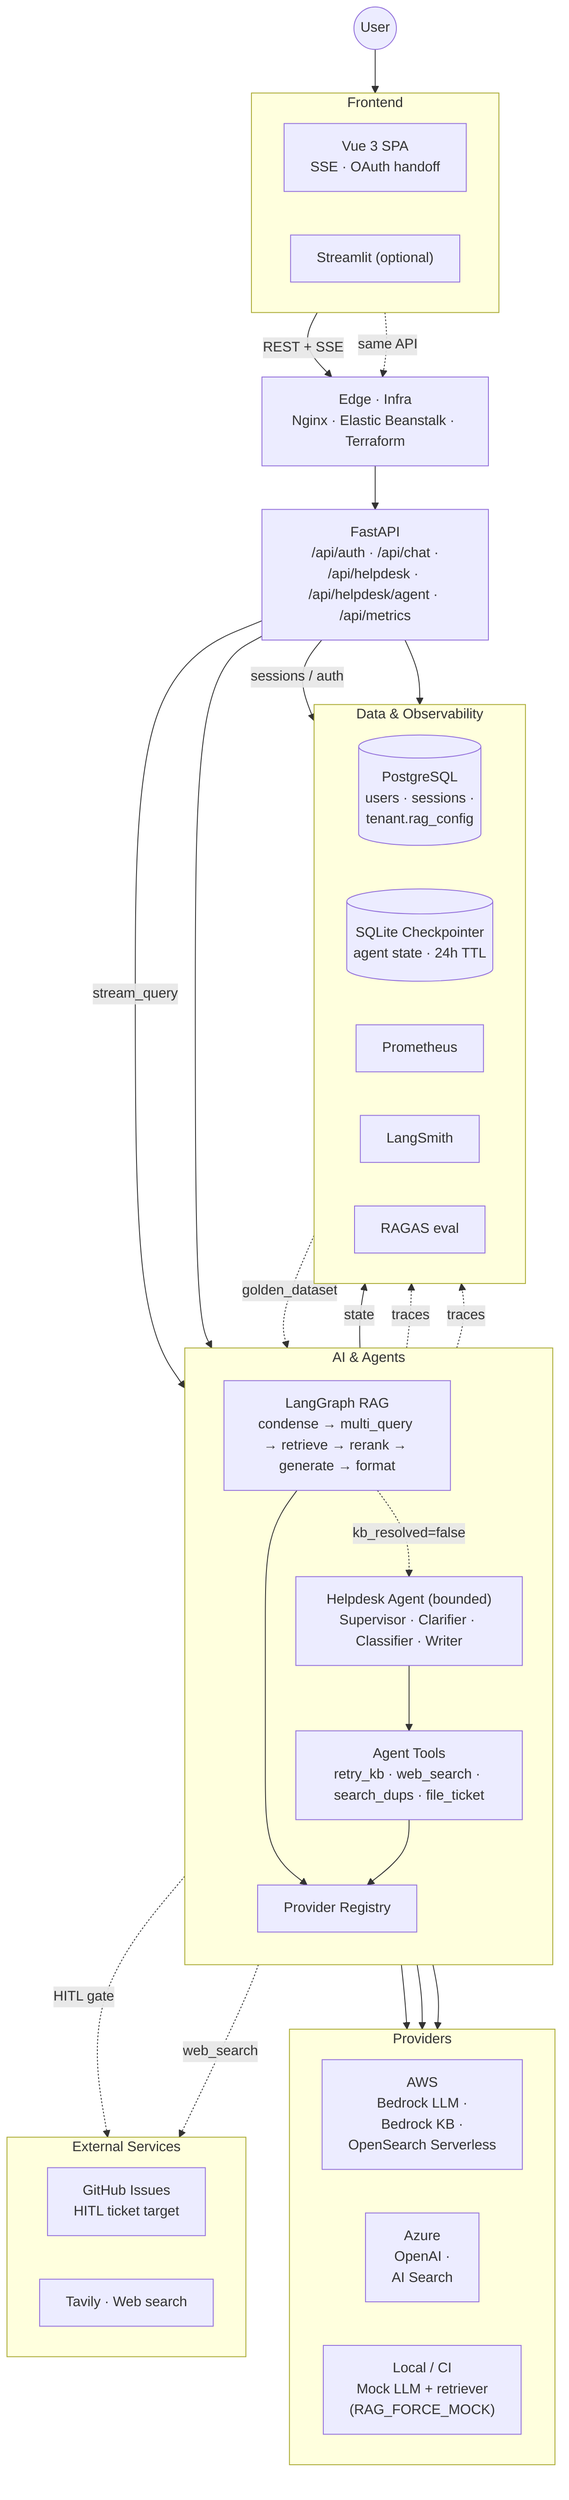
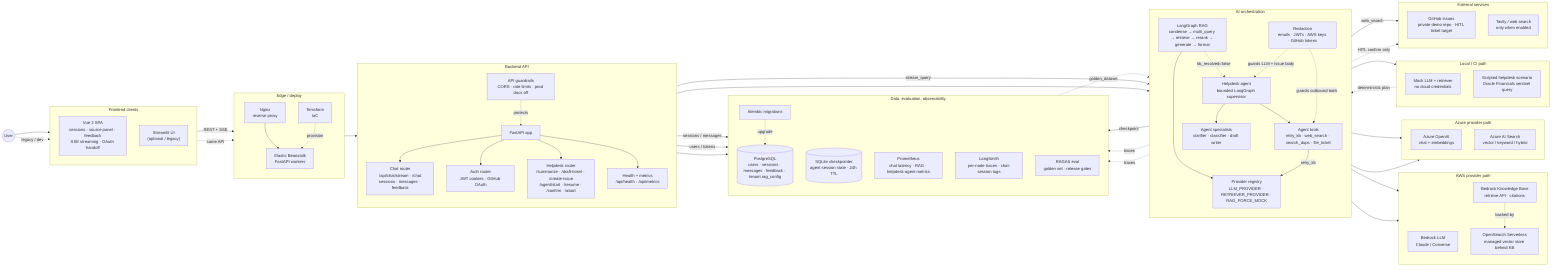
%% Campus RAG Assistant — detailed architecture (v3)
- %% Source of truth for `architecture_detailed_v3`. Render inline via mkdocs
- %% (pymdownx.snippets in a ```mermaid fence) or to PNG via mermaid-cli:
- %%   mmdc -i architecture_detailed_v3.mmd -o architecture_detailed_v3.png
- flowchart TB
+ %% Medium-detail source of truth: enough detail for architecture review without
+ %% the edge-spaghetti of architecture_detailed_v2.
+ flowchart LR
  User((User))

-   subgraph FE ["Frontend"]
-     direction LR
-     Vue["Vue 3 SPA<br/>SSE · OAuth handoff"]
-     Streamlit["Streamlit (optional)"]
+   subgraph FE ["Frontend clients"]
+     direction TB
+     Vue["Vue 3 SPA<br/>sessions · source panel · feedback<br/>SSE streaming · OAuth handoff"]
+     Streamlit["Streamlit UI<br/>(optional / legacy)"]
  end

-   Edge["Edge · Infra<br/>Nginx · Elastic Beanstalk · Terraform"]
+   subgraph Edge ["Edge / deploy"]
+     direction TB
+     Nginx["Nginx<br/>reverse proxy"]
+     EB["Elastic Beanstalk<br/>FastAPI workers"]
+     Terraform["Terraform<br/>IaC"]
+   end

-   API["FastAPI<br/>/api/auth · /api/chat ·<br/>/api/helpdesk · /api/helpdesk/agent · /api/metrics"]
+   subgraph API ["Backend API"]
+     direction TB
+     FastAPI["FastAPI app"]
+     ChatAPI["Chat router<br/>/api/chat/stream · /chat<br/>sessions · messages · feedback"]
+     AuthAPI["Auth router<br/>JWT cookies · GitHub OAuth"]
+     HelpAPI["Helpdesk router<br/>/summarize · /draft-ticket · /create-issue<br/>/agent/start · /resume · /confirm · /abort"]
+     MetricsAPI["Health + metrics<br/>/api/health · /api/metrics"]
+     Guardrails["API guardrails<br/>CORS · rate limits · prod docs off"]
+   end

-   subgraph AI ["AI &amp; Agents"]
+   subgraph AI ["AI orchestration"]
    direction TB
    RAG["LangGraph RAG<br/>condense → multi_query → retrieve → rerank → generate → format"]
-     Help["Helpdesk Agent (bounded)<br/>Supervisor · Clarifier · Classifier · Writer"]
-     Tools["Agent Tools<br/>retry_kb · web_search · search_dups · file_ticket"]
-     Reg["Provider Registry"]
+     Registry["Provider registry<br/>LLM_PROVIDER · RETRIEVER_PROVIDER · RAG_FORCE_MOCK"]
+     Helpdesk["Helpdesk agent<br/>bounded LangGraph supervisor"]
+     Specialists["Agent specialists<br/>clarifier · classifier · draft writer"]
+     Tools["Agent tools<br/>retry_kb · web_search · search_dups · file_ticket"]
+     Redaction["Redaction<br/>emails · JWTs · AWS keys · GitHub tokens"]
  end

-   subgraph Prov ["Providers"]
-     direction LR
-     AWS["AWS<br/>Bedrock LLM ·<br/>Bedrock KB ·<br/>OpenSearch Serverless"]
-     Azure["Azure<br/>OpenAI ·<br/>AI Search"]
-     Mock["Local / CI<br/>Mock LLM + retriever<br/>(RAG_FORCE_MOCK)"]
+   subgraph AWS ["AWS provider path"]
+     direction TB
+     BedrockLLM["Bedrock LLM<br/>Claude / Converse"]
+     BedrockKB["Bedrock Knowledge Base<br/>retrieve API · citations"]
+     OpenSearch["OpenSearch Serverless<br/>managed vector store behind KB"]
  end

-   subgraph Ext ["External Services"]
-     direction LR
-     GH["GitHub Issues<br/>HITL ticket target"]
-     Web["Tavily · Web search"]
+   subgraph Azure ["Azure provider path"]
+     direction TB
+     AzureOpenAI["Azure OpenAI<br/>chat + embeddings"]
+     AzureSearch["Azure AI Search<br/>vector / keyword / hybrid"]
  end

-   subgraph Data ["Data &amp; Observability"]
-     direction LR
-     PG[("PostgreSQL<br/>users · sessions ·<br/>tenant.rag_config")]
-     SQLite[("SQLite Checkpointer<br/>agent state · 24h TTL")]
-     Prom["Prometheus"]
-     LS["LangSmith"]
-     RAGAS["RAGAS eval"]
+   subgraph Mock ["Local / CI path"]
+     direction TB
+     MockProvider["Mock LLM + retriever<br/>no cloud credentials"]
+     MockAgent["Scripted helpdesk scenario<br/>Oracle Financials sentinel query"]
  end

-   %% Top-to-bottom flow: User → Frontend → Edge → API
+   subgraph External ["External services"]
+     direction TB
+     GitHub["GitHub Issues<br/>private demo repo · HITL ticket target"]
+     Tavily["Tavily / web search<br/>only when enabled"]
+   end
+ 
+   subgraph DataObs ["Data, evaluation, observability"]
+     direction TB
+     Postgres[("PostgreSQL<br/>users · sessions · messages · feedback · tenant.rag_config")]
+     SQLite[("SQLite checkpointer<br/>agent session state · 24h TTL")]
+     Prometheus["Prometheus<br/>chat latency · RAG · helpdesk-agent metrics"]
+     LangSmith["LangSmith<br/>per-node traces · chat-session tags"]
+     RAGAS["RAGAS eval<br/>golden set · release gates"]
+     Alembic["Alembic migrations"]
+   end
+ 
+   %% Primary user path
  User --> Vue
-   Vue -->|REST + SSE| Edge
-   Streamlit -.same API.-> Edge
-   Edge --> API
+   User -.legacy / dev.-> Streamlit
+   Vue -->|REST + SSE| Nginx
+   Streamlit -.same API.-> Nginx
+   Nginx --> EB --> FastAPI
+   Terraform -.provision.-> EB

-   %% API → AI / Data
-   API -->|stream_query| RAG
-   API --> Help
-   API -->|sessions / auth| PG
+   %% FastAPI routers
+   FastAPI --> ChatAPI
+   FastAPI --> AuthAPI
+   FastAPI --> HelpAPI
+   FastAPI --> MetricsAPI
+   Guardrails -.protects.-> FastAPI

-   %% RAG → escalation → Helpdesk
-   RAG -.kb_resolved=false.-> Help
-   Help --> Tools
-   Help -->|state| SQLite
+   %% Core RAG flow
+   ChatAPI -->|stream_query| RAG
+   RAG --> Registry
+   Registry --> BedrockLLM
+   Registry --> BedrockKB
+   BedrockKB -.backed by.-> OpenSearch
+   Registry --> AzureOpenAI
+   Registry --> AzureSearch
+   Registry --> MockProvider

-   %% AI → Providers
-   RAG --> Reg
-   Tools --> Reg
-   Reg --> AWS
-   Reg --> Azure
-   Reg --> Mock
+   %% Helpdesk escalation and tools
+   RAG -.kb_resolved=false.-> Helpdesk
+   HelpAPI --> Helpdesk
+   Helpdesk --> Specialists
+   Helpdesk --> Tools
+   Tools -->|retry_kb| Registry
+   Tools -->|web_search| Tavily
+   Tools -.HITL confirm only.-> GitHub
+   Redaction -.guards LLM + issue body.-> Helpdesk
+   Redaction -.guards outbound tools.-> Tools
+   MockAgent -.deterministic plan.-> Helpdesk

-   %% Tools → External (HITL + web)
-   Tools -.HITL gate.-> GH
-   Tools -.web_search.-> Web
- 
-   %% Observability
-   RAG -.traces.-> LS
-   Help -.traces.-> LS
-   API --> Prom
+   %% Persistence and observability
+   ChatAPI -->|sessions / messages| Postgres
+   AuthAPI -->|users / tokens| Postgres
+   Helpdesk -->|checkpoint| SQLite
+   Alembic -.upgrade.-> Postgres
+   MetricsAPI --> Prometheus
+   RAG -.traces.-> LangSmith
+   Helpdesk -.traces.-> LangSmith
  RAGAS -.golden_dataset.-> RAG
